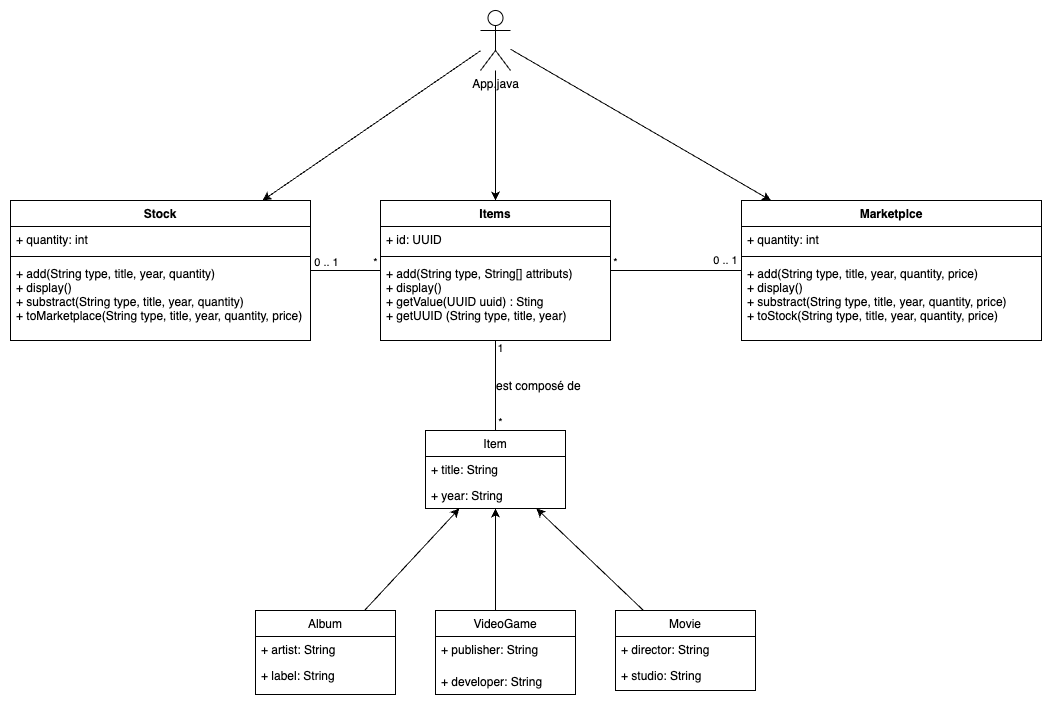
Before: temporaryModel1.png, a diagram exported from draw.io (nicolasmtnt/UndegraduateJavaProject). Source tidied: cells renumbered, new cells last; positions are measured from the earlier drawing's top-left corner, leaving out a move shared by most shapes.
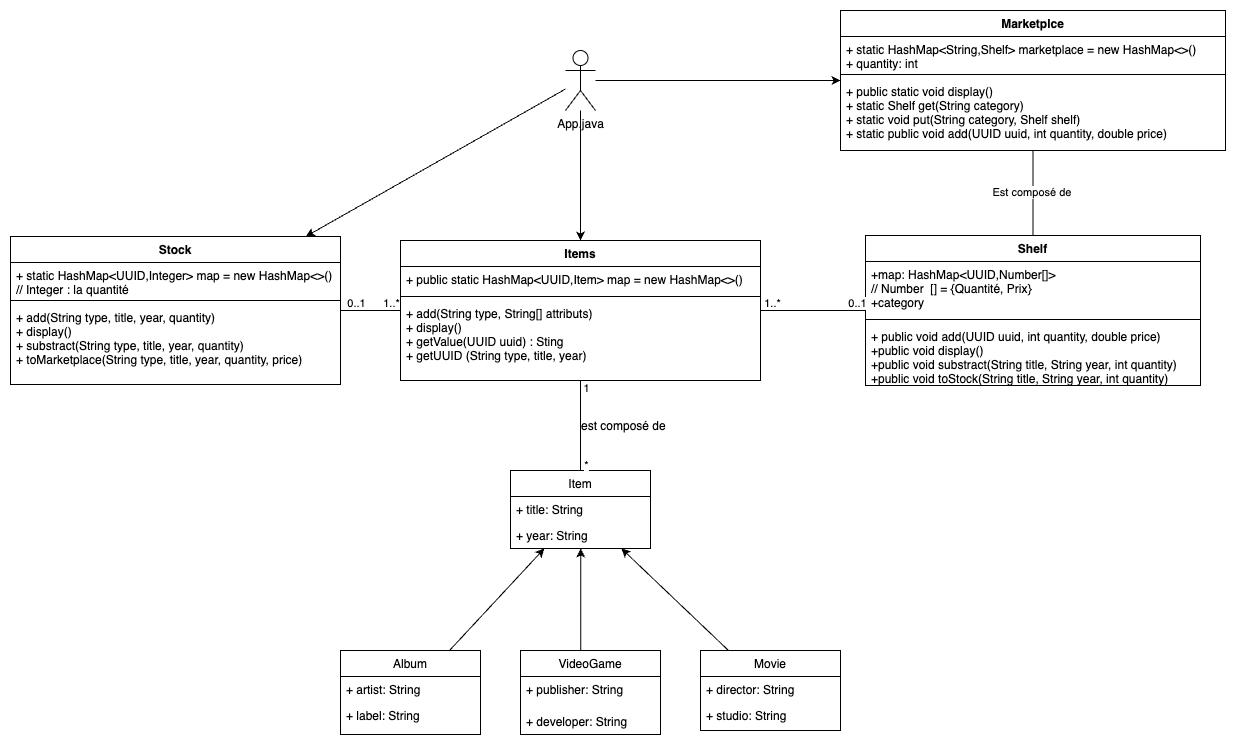
After the commit.

Diff of the diagram source:
```diff
@@ -1,8 +1,8 @@
 <mxGraphModel>
   <root>
-    <mxCell id="0" />
-    <mxCell id="1" parent="0" />
+    <mxCell id="43" />
+    <mxCell id="44" parent="43" />
-    <mxCell id="2" style="edgeStyle=orthogonalEdgeStyle;rounded=0;jettySize=auto;html=1;" parent="1" edge="1" source="3" target="10">
+    <mxCell id="2" style="edgeStyle=orthogonalEdgeStyle;rounded=0;jettySize=auto;html=1;" parent="44" edge="1" source="3" target="10">
       <mxGeometry relative="1" as="geometry">
         <Array as="points">
           <mxPoint x="485" y="570" />
@@ -10,7 +10,7 @@
         </Array>
       </mxGeometry>
     </mxCell>
-    <mxCell id="3" value="VideoGame" style="swimlane;fontStyle=0;horizontal=1;startSize=26;fillColor=none;" parent="1" vertex="1">
+    <mxCell id="3" value="VideoGame" style="swimlane;fontStyle=0;horizontal=1;startSize=26;fillColor=none;" parent="44" vertex="1">
       <mxGeometry x="425" y="600" width="140" height="84" as="geometry" />
     </mxCell>
     <mxCell id="4" value="+ publisher: String" style="text;strokeColor=none;fillColor=none;align=left;verticalAlign=top;spacingLeft=4;spacingRight=4;overflow=hidden;" parent="3" vertex="1">
@@ -19,10 +19,10 @@
     <mxCell id="5" value="+ developer: String" style="text;strokeColor=none;fillColor=none;align=left;verticalAlign=top;spacingLeft=4;spacingRight=4;overflow=hidden;" parent="3" vertex="1">
       <mxGeometry y="58" width="140" height="26" as="geometry" />
     </mxCell>
-    <mxCell id="6" style="rounded=0;jettySize=auto;html=1;" parent="1" edge="1" source="7" target="10">
+    <mxCell id="6" style="rounded=0;jettySize=auto;html=1;" parent="44" edge="1" source="7" target="10">
       <mxGeometry relative="1" as="geometry" />
     </mxCell>
-    <mxCell id="7" value="Movie" style="swimlane;fontStyle=0;horizontal=1;startSize=26;fillColor=none;" parent="1" vertex="1">
+    <mxCell id="7" value="Movie" style="swimlane;fontStyle=0;horizontal=1;startSize=26;fillColor=none;" parent="44" vertex="1">
       <mxGeometry x="605" y="600" width="140" height="80" as="geometry" />
     </mxCell>
     <mxCell id="8" value="+ director: String" style="text;strokeColor=none;fillColor=none;align=left;verticalAlign=top;spacingLeft=4;spacingRight=4;overflow=hidden;" parent="7" vertex="1">
@@ -31,7 +31,7 @@
     <mxCell id="9" value="+ studio: String&#10;&#10;" style="text;strokeColor=none;fillColor=none;align=left;verticalAlign=top;spacingLeft=4;spacingRight=4;overflow=hidden;" parent="7" vertex="1">
       <mxGeometry y="52" width="140" height="28" as="geometry" />
     </mxCell>
-    <mxCell id="10" value="Item" style="swimlane;fontStyle=0;horizontal=1;startSize=26;fillColor=none;" parent="1" vertex="1">
+    <mxCell id="10" value="Item" style="swimlane;fontStyle=0;horizontal=1;startSize=26;fillColor=none;" parent="44" vertex="1">
       <mxGeometry x="415" y="420" width="140" height="78" as="geometry" />
     </mxCell>
     <mxCell id="11" value="+ title: String" style="text;strokeColor=none;fillColor=none;align=left;verticalAlign=top;spacingLeft=4;spacingRight=4;overflow=hidden;" parent="10" vertex="1">
@@ -40,10 +40,10 @@
     <mxCell id="12" value="+ year: String" style="text;strokeColor=none;fillColor=none;align=left;verticalAlign=top;spacingLeft=4;spacingRight=4;overflow=hidden;" parent="10" vertex="1">
       <mxGeometry y="52" width="140" height="26" as="geometry" />
     </mxCell>
-    <mxCell id="13" style="rounded=0;jettySize=auto;html=1;" parent="1" edge="1" source="14" target="10">
+    <mxCell id="13" style="rounded=0;jettySize=auto;html=1;" parent="44" edge="1" source="14" target="10">
       <mxGeometry relative="1" as="geometry" />
     </mxCell>
-    <mxCell id="14" value="Album" style="swimlane;fontStyle=0;horizontal=1;startSize=26;fillColor=none;" parent="1" vertex="1">
+    <mxCell id="14" value="Album" style="swimlane;fontStyle=0;horizontal=1;startSize=26;fillColor=none;" parent="44" vertex="1">
       <mxGeometry x="245" y="600" width="140" height="84" as="geometry" />
     </mxCell>
     <mxCell id="15" value="+ artist: String" style="text;strokeColor=none;fillColor=none;align=left;verticalAlign=top;spacingLeft=4;spacingRight=4;overflow=hidden;" parent="14" vertex="1">
@@ -52,95 +52,113 @@
     <mxCell id="16" value="+ label: String" style="text;strokeColor=none;fillColor=none;align=left;verticalAlign=top;spacingLeft=4;spacingRight=4;overflow=hidden;" parent="14" vertex="1">
       <mxGeometry y="52" width="140" height="32" as="geometry" />
     </mxCell>
-    <mxCell id="17" value="Stock" style="swimlane;fontStyle=1;align=center;verticalAlign=top;horizontal=1;startSize=26;shadow=0;" parent="1" vertex="1">
-      <mxGeometry y="190" width="300" height="140" as="geometry" />
+    <mxCell id="17" value="Stock" style="swimlane;fontStyle=1;align=center;verticalAlign=top;horizontal=1;startSize=26;shadow=0;" parent="44" vertex="1">
+      <mxGeometry x="-85" y="186" width="330" height="148" as="geometry" />
     </mxCell>
-    <mxCell id="18" value="+ quantity: int" style="text;strokeColor=none;fillColor=none;align=left;verticalAlign=top;spacingLeft=4;spacingRight=4;overflow=hidden;shadow=0;" parent="17" vertex="1">
-      <mxGeometry y="26" width="300" height="26" as="geometry" />
-    </mxCell>
-    <mxCell id="19" style="line;strokeWidth=1;fillColor=none;align=left;verticalAlign=middle;spacingTop=-1;spacingLeft=3;spacingRight=3;labelPosition=right;shadow=0;" parent="17" vertex="1">
-      <mxGeometry y="52" width="300" height="8" as="geometry" />
-    </mxCell>
+    <mxCell id="45" value="+ static HashMap&lt;UUID,Integer&gt; map = new HashMap&lt;&gt;()&#10;// Integer : la quantité" style="text;strokeColor=none;fillColor=none;align=left;verticalAlign=top;spacingLeft=4;spacingRight=4;overflow=hidden;shadow=0;" parent="17" vertex="1">
+      <mxGeometry y="26" width="330" height="34" as="geometry" />
+    </mxCell>
+    <mxCell id="46" style="line;strokeWidth=1;fillColor=none;align=left;verticalAlign=middle;spacingTop=-1;spacingLeft=3;spacingRight=3;labelPosition=right;shadow=0;" parent="17" vertex="1">
+      <mxGeometry y="60" width="330" height="8" as="geometry" />
+    </mxCell>
     <mxCell id="20" value="+ add(String type, title, year, quantity)&#10;+ display()&#10;+ substract(String type, title, year, quantity)&#10;+ toMarketplace(String type, title, year, quantity, price)" style="text;strokeColor=none;fillColor=none;align=left;verticalAlign=top;spacingLeft=4;spacingRight=4;overflow=hidden;shadow=0;" parent="17" vertex="1">
-      <mxGeometry y="60" width="300" height="80" as="geometry" />
+      <mxGeometry y="68" width="330" height="80" as="geometry" />
     </mxCell>
-    <mxCell id="21" value="Marketplce" style="swimlane;fontStyle=1;align=center;verticalAlign=top;horizontal=1;startSize=26;shadow=0;" parent="1" vertex="1">
-      <mxGeometry x="731" y="190" width="300" height="140" as="geometry" />
+    <mxCell id="21" value="Marketplce" style="swimlane;fontStyle=1;align=center;verticalAlign=top;horizontal=1;startSize=26;shadow=0;" parent="44" vertex="1">
+      <mxGeometry x="745" y="-40" width="385" height="140" as="geometry" />
     </mxCell>
-    <mxCell id="22" value="+ quantity: int" style="text;strokeColor=none;fillColor=none;align=left;verticalAlign=top;spacingLeft=4;spacingRight=4;overflow=hidden;shadow=0;" parent="21" vertex="1">
-      <mxGeometry y="26" width="300" height="26" as="geometry" />
-    </mxCell>
-    <mxCell id="23" style="line;strokeWidth=1;fillColor=none;align=left;verticalAlign=middle;spacingTop=-1;spacingLeft=3;spacingRight=3;labelPosition=right;shadow=0;" parent="21" vertex="1">
-      <mxGeometry y="52" width="300" height="8" as="geometry" />
-    </mxCell>
-    <mxCell id="24" value="+ add(String type, title, year, quantity, price)&#10;+ display()&#10;+ substract(String type, title, year, quantity, price)&#10;+ toStock(String type, title, year, quantity, price)" style="text;strokeColor=none;fillColor=none;align=left;verticalAlign=top;spacingLeft=4;spacingRight=4;overflow=hidden;shadow=0;" parent="21" vertex="1">
-      <mxGeometry y="60" width="300" height="80" as="geometry" />
-    </mxCell>
+    <mxCell id="47" value="+ static HashMap&lt;String,Shelf&gt; marketplace = new HashMap&lt;&gt;()&#10;+ quantity: int" style="text;strokeColor=none;fillColor=none;align=left;verticalAlign=top;spacingLeft=4;spacingRight=4;overflow=hidden;shadow=0;" parent="21" vertex="1">
+      <mxGeometry y="26" width="385" height="34" as="geometry" />
+    </mxCell>
+    <mxCell id="48" style="line;strokeWidth=1;fillColor=none;align=left;verticalAlign=middle;spacingTop=-1;spacingLeft=3;spacingRight=3;labelPosition=right;shadow=0;" parent="21" vertex="1">
+      <mxGeometry y="60" width="385" height="8" as="geometry" />
+    </mxCell>
+    <mxCell id="49" value="+ public static void display()&#10;+ static Shelf get(String category)&#10;+ static void put(String category, Shelf shelf)&#10;+ static public void add(UUID uuid, int quantity, double price)" style="text;strokeColor=none;fillColor=none;align=left;verticalAlign=top;spacingLeft=4;spacingRight=4;overflow=hidden;shadow=0;" parent="21" vertex="1">
+      <mxGeometry y="68" width="385" height="72" as="geometry" />
+    </mxCell>
-    <mxCell id="25" style="edgeStyle=none;rounded=0;jettySize=auto;html=1;" parent="1" edge="1" source="28" target="17">
+    <mxCell id="25" style="edgeStyle=none;rounded=0;jettySize=auto;html=1;" parent="44" edge="1" source="28" target="17">
       <mxGeometry relative="1" as="geometry" />
     </mxCell>
-    <mxCell id="26" style="edgeStyle=none;rounded=0;jettySize=auto;html=1;" parent="1" edge="1" source="28" target="29">
+    <mxCell id="26" style="edgeStyle=none;rounded=0;jettySize=auto;html=1;" parent="44" edge="1" source="28" target="29">
       <mxGeometry relative="1" as="geometry" />
     </mxCell>
-    <mxCell id="27" style="edgeStyle=none;rounded=0;jettySize=auto;html=1;" parent="1" edge="1" source="28" target="21">
+    <mxCell id="27" style="edgeStyle=none;rounded=0;jettySize=auto;html=1;" parent="44" edge="1" source="28" target="21">
       <mxGeometry relative="1" as="geometry" />
     </mxCell>
-    <mxCell id="28" value="App.java" style="shape=umlActor;verticalLabelPosition=bottom;verticalAlign=top;html=1;outlineConnect=0;shadow=0;" parent="1" vertex="1">
+    <mxCell id="28" value="App.java" style="shape=umlActor;verticalLabelPosition=bottom;verticalAlign=top;html=1;outlineConnect=0;shadow=0;" parent="44" vertex="1">
       <mxGeometry x="470" width="30" height="60" as="geometry" />
     </mxCell>
-    <mxCell id="29" value="Items" style="swimlane;fontStyle=1;align=center;verticalAlign=top;horizontal=1;startSize=26;shadow=0;" parent="1" vertex="1">
-      <mxGeometry x="370" y="190" width="230" height="140" as="geometry" />
+    <mxCell id="29" value="Items" style="swimlane;fontStyle=1;align=center;verticalAlign=top;horizontal=1;startSize=26;shadow=0;" parent="44" vertex="1">
+      <mxGeometry x="305" y="190" width="360" height="140" as="geometry" />
     </mxCell>
-    <mxCell id="30" value="+ id: UUID" style="text;strokeColor=none;fillColor=none;align=left;verticalAlign=top;spacingLeft=4;spacingRight=4;overflow=hidden;shadow=0;" parent="29" vertex="1">
-      <mxGeometry y="26" width="230" height="26" as="geometry" />
-    </mxCell>
-    <mxCell id="31" style="line;strokeWidth=1;fillColor=none;align=left;verticalAlign=middle;spacingTop=-1;spacingLeft=3;spacingRight=3;labelPosition=right;shadow=0;" parent="29" vertex="1">
-      <mxGeometry y="52" width="230" height="8" as="geometry" />
-    </mxCell>
+    <mxCell id="50" value="+ public static HashMap&lt;UUID,Item&gt; map = new HashMap&lt;&gt;()" style="text;strokeColor=none;fillColor=none;align=left;verticalAlign=top;spacingLeft=4;spacingRight=4;overflow=hidden;shadow=0;" parent="29" vertex="1">
+      <mxGeometry y="26" width="360" height="26" as="geometry" />
+    </mxCell>
+    <mxCell id="51" style="line;strokeWidth=1;fillColor=none;align=left;verticalAlign=middle;spacingTop=-1;spacingLeft=3;spacingRight=3;labelPosition=right;shadow=0;" parent="29" vertex="1">
+      <mxGeometry y="52" width="360" height="8" as="geometry" />
+    </mxCell>
     <mxCell id="32" value="+ add(String type, String[] attributs)&#10;+ display()&#10;+ getValue(UUID uuid) : Sting&#10;+ getUUID (String type, title, year)" style="text;strokeColor=none;fillColor=none;align=left;verticalAlign=top;spacingLeft=4;spacingRight=4;overflow=hidden;shadow=0;" parent="29" vertex="1">
-      <mxGeometry y="60" width="230" height="80" as="geometry" />
+      <mxGeometry y="60" width="360" height="80" as="geometry" />
     </mxCell>
-    <mxCell id="33" style="endArrow=none;html=1;rounded=0;" parent="1" edge="1" source="10" target="29">
+    <mxCell id="33" style="endArrow=none;html=1;rounded=0;" parent="44" edge="1" source="10" target="29">
       <mxGeometry relative="1" as="geometry" />
     </mxCell>
-    <mxCell id="34" value="*" style="edgeLabel;html=1;align=center;verticalAlign=middle;" parent="33" vertex="1">
-      <mxGeometry x="-0.69" relative="1" as="geometry">
-        <mxPoint x="4" y="5" as="offset" />
-      </mxGeometry>
-    </mxCell>
+    <mxCell id="52" value="*" style="edgeLabel;html=1;align=center;verticalAlign=middle;" parent="33" vertex="1">
+      <mxGeometry x="-0.69" relative="1" as="geometry">
+        <mxPoint x="4" y="5" as="offset" />
+      </mxGeometry>
+    </mxCell>
     <mxCell id="35" value="1" style="edgeLabel;html=1;align=center;verticalAlign=middle;" parent="33" vertex="1">
       <mxGeometry x="0.75" relative="1" as="geometry">
         <mxPoint x="4" y="-4" as="offset" />
       </mxGeometry>
     </mxCell>
-    <mxCell id="36" style="endArrow=none;html=1;rounded=0;" parent="1" edge="1" source="17" target="29">
+    <mxCell id="36" style="endArrow=none;html=1;rounded=0;" parent="44" edge="1" source="17" target="29">
       <mxGeometry relative="1" as="geometry" />
     </mxCell>
-    <mxCell id="37" value="0 .. 1" style="edgeLabel;html=1;align=center;verticalAlign=middle;" parent="36" vertex="1">
-      <mxGeometry x="-0.36" y="2" relative="1" as="geometry">
-        <mxPoint x="-7" y="-7" as="offset" />
-      </mxGeometry>
-    </mxCell>
-    <mxCell id="38" value="*" style="edgeLabel;html=1;align=center;verticalAlign=middle;" parent="36" vertex="1">
-      <mxGeometry x="0.72" y="1" relative="1" as="geometry">
-        <mxPoint x="4" y="-8" as="offset" />
-      </mxGeometry>
-    </mxCell>
-    <mxCell id="39" style="endArrow=none;html=1;rounded=0;" parent="1" edge="1" source="29" target="21">
-      <mxGeometry relative="1" as="geometry" />
-    </mxCell>
-    <mxCell id="40" value="*" style="edgeLabel;html=1;align=center;verticalAlign=middle;" parent="39" vertex="1">
-      <mxGeometry x="-0.86" relative="1" as="geometry">
-        <mxPoint x="-5" y="-9" as="offset" />
-      </mxGeometry>
-    </mxCell>
-    <mxCell id="41" value="0 .. 1" style="edgeLabel;html=1;align=center;verticalAlign=middle;" parent="39" vertex="1">
-      <mxGeometry x="0.84" y="1" relative="1" as="geometry">
-        <mxPoint x="-7" y="-10" as="offset" />
-      </mxGeometry>
-    </mxCell>
+    <mxCell id="53" value="0..1" style="edgeLabel;html=1;align=center;verticalAlign=middle;" parent="36" vertex="1">
+      <mxGeometry x="-0.36" y="2" relative="1" as="geometry">
+        <mxPoint x="-6" y="-7" as="offset" />
+      </mxGeometry>
+    </mxCell>
+    <mxCell id="54" value="1..*" style="edgeLabel;html=1;align=center;verticalAlign=middle;" parent="36" vertex="1">
+      <mxGeometry x="0.72" y="1" relative="1" as="geometry">
+        <mxPoint x="-3" y="-8" as="offset" />
+      </mxGeometry>
+    </mxCell>
-    <mxCell id="42" value="est composé de&amp;nbsp;" style="text;html=1;strokeColor=none;fillColor=none;align=center;verticalAlign=middle;whiteSpace=wrap;rounded=0;shadow=0;" parent="1" vertex="1">
+    <mxCell id="42" value="est composé de&amp;nbsp;" style="text;html=1;strokeColor=none;fillColor=none;align=center;verticalAlign=middle;whiteSpace=wrap;rounded=0;shadow=0;" parent="44" vertex="1">
       <mxGeometry x="455" y="360" width="150" height="30" as="geometry" />
     </mxCell>
+    <mxCell id="55" value="Shelf" style="swimlane;fontStyle=1;align=center;verticalAlign=top;horizontal=1;startSize=26;shadow=0;" parent="44" vertex="1">
+      <mxGeometry x="770" y="185" width="335" height="150" as="geometry" />
+    </mxCell>
+    <mxCell id="56" value="+map: HashMap&lt;UUID,Number[]&gt;&#10;// Number  [] = {Quantité, Prix}&#10;+category" style="text;strokeColor=none;fillColor=none;align=left;verticalAlign=top;spacingLeft=4;spacingRight=4;overflow=hidden;shadow=0;" parent="55" vertex="1">
+      <mxGeometry y="26" width="335" height="54" as="geometry" />
+    </mxCell>
+    <mxCell id="57" style="line;strokeWidth=1;fillColor=none;align=left;verticalAlign=middle;spacingTop=-1;spacingLeft=3;spacingRight=3;labelPosition=right;shadow=0;" parent="55" vertex="1">
+      <mxGeometry y="80" width="335" height="8" as="geometry" />
+    </mxCell>
+    <mxCell id="58" value="+ public void add(UUID uuid, int quantity, double price)&#10;+public void display()&#10;+public void substract(String title, String year, int quantity)&#10;+public void toStock(String title, String year, int quantity)&#10;" style="text;strokeColor=none;fillColor=none;align=left;verticalAlign=top;spacingLeft=4;spacingRight=4;overflow=hidden;shadow=0;" parent="55" vertex="1">
+      <mxGeometry y="88" width="335" height="62" as="geometry" />
+    </mxCell>
+    <mxCell id="59" style="endArrow=none;html=1;rounded=0;" parent="44" edge="1" source="21" target="55">
+      <mxGeometry relative="1" as="geometry" />
+    </mxCell>
+    <mxCell id="60" value="Est composé de&amp;nbsp;" style="edgeLabel;html=1;align=center;verticalAlign=middle;" parent="59" vertex="1">
+      <mxGeometry x="-0.02" y="-2" relative="1" as="geometry" />
+    </mxCell>
+    <mxCell id="61" style="endArrow=none;html=1;rounded=0;" parent="44" edge="1" source="29" target="55">
+      <mxGeometry relative="1" as="geometry" />
+    </mxCell>
+    <mxCell id="62" value="0..1" style="edgeLabel;html=1;align=center;verticalAlign=middle;" parent="61" vertex="1">
+      <mxGeometry x="0.19" relative="1" as="geometry">
+        <mxPoint x="31" y="-9" as="offset" />
+      </mxGeometry>
+    </mxCell>
+    <mxCell id="63" value="1..*" style="edgeLabel;html=1;align=center;verticalAlign=middle;" parent="61" vertex="1">
+      <mxGeometry x="-0.53" y="-1" relative="1" as="geometry">
+        <mxPoint x="-14" y="-10" as="offset" />
+      </mxGeometry>
+    </mxCell>
   </root>
 </mxGraphModel>
```
